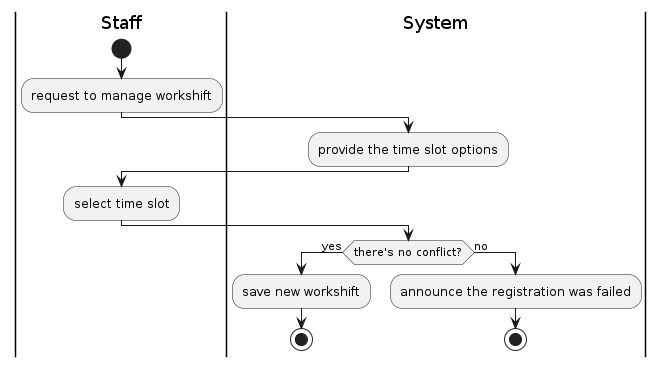
Before: docs/UML/Activity Diagrams/staff-registers-a-workshift.png, a diagram exported from PlantUML (LapTQ/MCT).
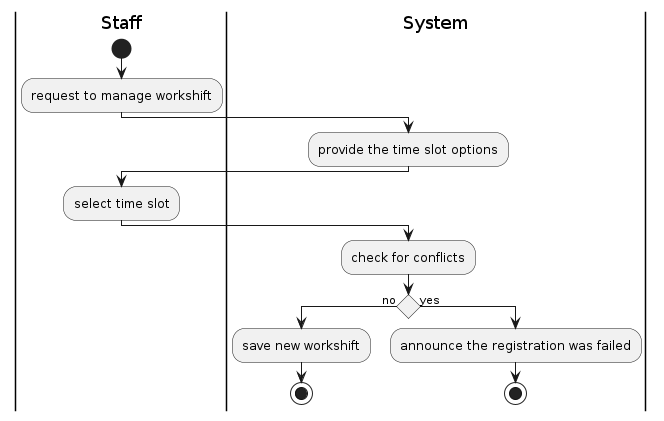
The same diagram one commit later.

The edit, as a diff of the source:
```diff
@@ -7,10 +7,11 @@
 |Staff|
 :select time slot;
 |System|
-if (there's no conflict?) then (yes)
+:check for conflicts;
+if () then (no)
     :save new workshift;
     stop
-else (no)
+else (yes)
     :announce the registration was failed;
     stop
 @enduml
```
